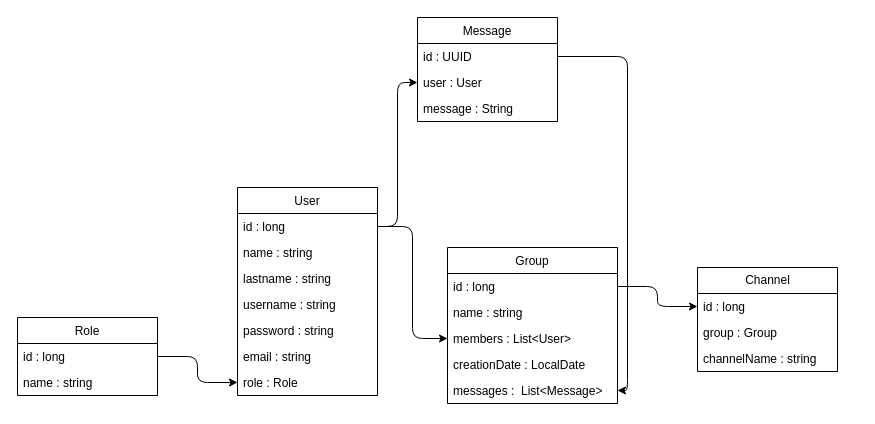
Above: er-diagram.drawio in DanteDeLordran/TeamTalk-backend (draw.io), before the change. Source tidied: cells renumbered, new cells numbered last; positions are measured from the earlier drawing's top-left corner, leaving out a move shared by most shapes. Both pictures are drawn from the tidied source at 100%, with x=0, y=0 at pixel (17, 17).
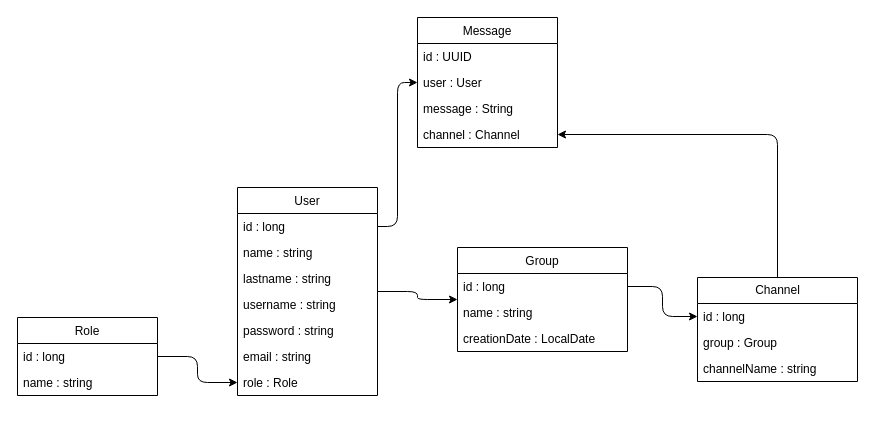
The same page after the edit.

Unchanged cells that the change refers to:
```xml
<mxCell id="2" value="User" style="swimlane;fontStyle=0;horizontal=1;startSize=26;fillColor=none;" parent="1" vertex="1">
  <mxGeometry x="220" y="170" width="140" height="208" as="geometry" />
</mxCell>
<mxCell id="3" value="id : long&#10;" style="text;strokeColor=none;fillColor=none;align=left;verticalAlign=top;spacingLeft=4;spacingRight=4;overflow=hidden;points=[[0,0.5],[1,0.5]];portConstraint=eastwest;" parent="2" vertex="1">
  <mxGeometry y="26" width="140" height="26" as="geometry" />
</mxCell>
<mxCell id="17" value="id : UUID" style="text;strokeColor=none;fillColor=none;align=left;verticalAlign=top;spacingLeft=4;spacingRight=4;overflow=hidden;points=[[0,0.5],[1,0.5]];portConstraint=eastwest;" parent="16" vertex="1">
  <mxGeometry y="26" width="140" height="26" as="geometry" />
</mxCell>
```

Change to the diagram source:
```diff
@@
+    <mxCell id="32" style="edgeStyle=orthogonalEdgeStyle;html=1;" parent="1" edge="1" source="2" target="10">
+      <mxGeometry relative="1" as="geometry" />
+    </mxCell>
@@
     <mxCell id="10" value="Group" style="swimlane;fontStyle=0;horizontal=1;startSize=26;fillColor=none;" parent="1" vertex="1">
-      <mxGeometry x="430" y="230" width="170" height="156" as="geometry" />
+      <mxGeometry x="440" y="230" width="170" height="104" as="geometry" />
     </mxCell>
@@
-    <mxCell id="13" value="members : List&lt;User&gt;" style="text;strokeColor=none;fillColor=none;align=left;verticalAlign=top;spacingLeft=4;spacingRight=4;overflow=hidden;points=[[0,0.5],[1,0.5]];portConstraint=eastwest;" parent="10" vertex="1">
-      <mxGeometry y="78" width="170" height="26" as="geometry" />
-    </mxCell>
     <mxCell id="14" value="creationDate : LocalDate" style="text;strokeColor=none;fillColor=none;align=left;verticalAlign=top;spacingLeft=4;spacingRight=4;overflow=hidden;" parent="10" vertex="1">
-      <mxGeometry y="104" width="170" height="26" as="geometry" />
+      <mxGeometry y="78" width="170" height="26" as="geometry" />
     </mxCell>
-    <mxCell id="15" value="messages :  List&lt;Message&gt;" style="text;strokeColor=none;fillColor=none;align=left;verticalAlign=top;spacingLeft=4;spacingRight=4;overflow=hidden;points=[[0,0.5],[1,0.5]];portConstraint=eastwest;" parent="10" vertex="1">
-      <mxGeometry y="130" width="170" height="26" as="geometry" />
-    </mxCell>
     <mxCell id="16" value="Message" style="swimlane;fontStyle=0;horizontal=1;startSize=26;fillColor=none;" parent="1" vertex="1">
-      <mxGeometry x="400" width="140" height="104" as="geometry" />
+      <mxGeometry x="400" width="140" height="130" as="geometry" />
     </mxCell>
@@
+    <mxCell id="33" value="channel : Channel" style="text;strokeColor=none;fillColor=none;align=left;verticalAlign=top;spacingLeft=4;spacingRight=4;overflow=hidden;points=[[0,0.5],[1,0.5]];portConstraint=eastwest;" parent="16" vertex="1">
+      <mxGeometry y="104" width="140" height="26" as="geometry" />
+    </mxCell>
@@
-    <mxCell id="24" style="edgeStyle=orthogonalEdgeStyle;html=1;" parent="1" edge="1" source="3" target="13">
-      <mxGeometry relative="1" as="geometry" />
-    </mxCell>
@@
-    <mxCell id="26" style="edgeStyle=orthogonalEdgeStyle;html=1;entryX=1;entryY=0.5;entryDx=0;entryDy=0;" parent="1" edge="1" source="17" target="15">
-      <mxGeometry relative="1" as="geometry" />
-    </mxCell>
+    <mxCell id="34" style="edgeStyle=orthogonalEdgeStyle;html=1;" parent="1" edge="1" source="27" target="33">
+      <mxGeometry relative="1" as="geometry" />
+    </mxCell>
     <mxCell id="27" value="Channel" style="swimlane;fontStyle=0;horizontal=1;startSize=26;fillColor=none;html=1;" parent="1" vertex="1">
-      <mxGeometry x="680" y="250" width="140" height="104" as="geometry" />
+      <mxGeometry x="680" y="260" width="160" height="104" as="geometry" />
     </mxCell>
     <mxCell id="28" value="id : long" style="text;strokeColor=none;fillColor=none;align=left;verticalAlign=top;spacingLeft=4;spacingRight=4;overflow=hidden;points=[[0,0.5],[1,0.5]];portConstraint=eastwest;whiteSpace=wrap;html=1;" parent="27" vertex="1">
-      <mxGeometry y="26" width="140" height="26" as="geometry" />
+      <mxGeometry y="26" width="160" height="26" as="geometry" />
     </mxCell>
     <mxCell id="29" value="group : Group" style="text;strokeColor=none;fillColor=none;align=left;verticalAlign=top;spacingLeft=4;spacingRight=4;overflow=hidden;whiteSpace=wrap;html=1;" parent="27" vertex="1">
-      <mxGeometry y="52" width="140" height="26" as="geometry" />
+      <mxGeometry y="52" width="160" height="26" as="geometry" />
     </mxCell>
     <mxCell id="30" value="channelName : string" style="text;strokeColor=none;fillColor=none;align=left;verticalAlign=top;spacingLeft=4;spacingRight=4;overflow=hidden;whiteSpace=wrap;html=1;" parent="27" vertex="1">
-      <mxGeometry y="78" width="140" height="26" as="geometry" />
+      <mxGeometry y="78" width="160" height="26" as="geometry" />
     </mxCell>
```
